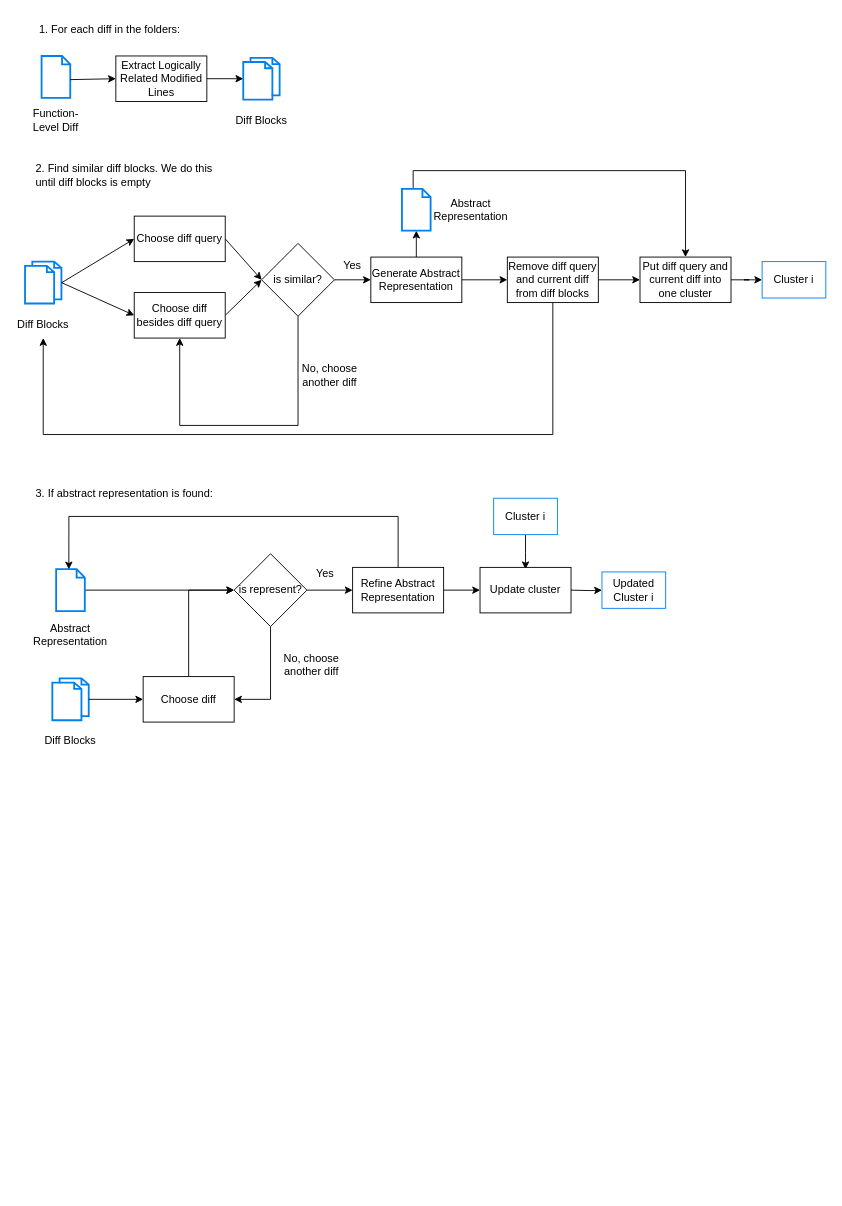
This is smpl_translation/flow_sp_llm.drawio from imamnurby/graphs, a draw.io file, before an edit. Source tidied: cells renumbered, new cells numbered last; positions are measured from the earlier drawing's top-left corner, leaving out a move shared by most shapes. Both pictures are drawn from the tidied source at 91%, with x=0, y=0 at pixel (15, 15).
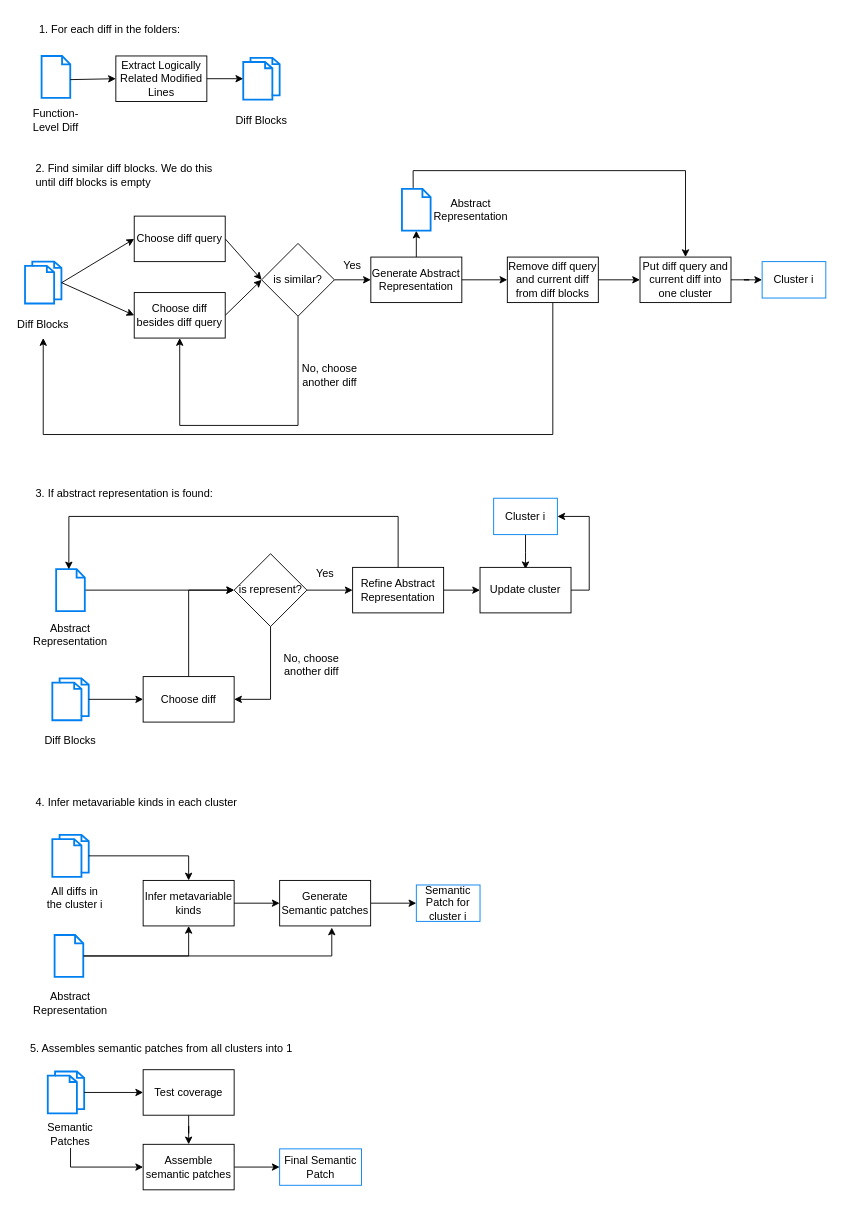
The same diagram, later.

Unchanged cells that the change refers to:
```xml
<mxCell id="56" value="Cluster i" style="rounded=0;whiteSpace=wrap;html=1;fillColor=#FFFFFF;strokeColor=#0080f0;" parent="1" vertex="1">
  <mxGeometry x="525" y="530" width="70" height="40" as="geometry" />
</mxCell>
<mxCell id="58" value="Update cluster" style="html=1;dashed=0;whiteSpace=wrap;" parent="1" vertex="1">
  <mxGeometry x="510" y="606" width="100" height="50" as="geometry" />
</mxCell>
```

Change to the diagram source:
```diff
@@
+    <mxCell id="62" style="edgeStyle=orthogonalEdgeStyle;rounded=0;jettySize=auto;html=1;exitX=1;exitY=0.5;exitDx=0;exitDy=0;entryX=1;entryY=0.5;entryDx=0;entryDy=0;" parent="1" edge="1" source="58" target="56">
+      <mxGeometry relative="1" as="geometry" />
+    </mxCell>
@@
-    <mxCell id="60" style="edgeStyle=orthogonalEdgeStyle;rounded=0;jettySize=auto;html=1;" parent="1" edge="1" target="61">
-      <mxGeometry relative="1" as="geometry">
-        <mxPoint x="610" y="631" as="sourcePoint" />
-      </mxGeometry>
-    </mxCell>
-    <mxCell id="61" value="Updated Cluster i" style="rounded=0;whiteSpace=wrap;html=1;fillColor=#FFFFFF;strokeColor=#0080f0;" parent="1" vertex="1">
-      <mxGeometry x="644" y="611" width="70" height="40" as="geometry" />
-    </mxCell>
+    <mxCell id="63" value="4. Infer metavariable kinds in each cluster" style="text;html=1;align=left;verticalAlign=middle;whiteSpace=wrap;rounded=0;" parent="1" vertex="1">
+      <mxGeometry x="19.8" y="850" width="490.2" height="30" as="geometry" />
+    </mxCell>
+    <mxCell id="64" style="group;" parent="1" vertex="1">
+      <mxGeometry x="30" y="900" width="70" height="84" as="geometry" />
+    </mxCell>
+    <mxCell id="65" style="html=1;verticalLabelPosition=bottom;align=center;labelBackgroundColor=#ffffff;verticalAlign=top;strokeWidth=2;strokeColor=#0080F0;shadow=0;dashed=0;shape=mxgraph.ios7.icons.documents;" parent="64" vertex="1">
+      <mxGeometry x="10" width="40" height="46" as="geometry" />
+    </mxCell>
+    <mxCell id="66" value="All diffs in the cluster i" style="text;html=1;align=center;verticalAlign=middle;whiteSpace=wrap;rounded=0;" parent="64" vertex="1">
+      <mxGeometry y="54" width="70" height="30" as="geometry" />
+    </mxCell>
+    <mxCell id="67" style="edgeStyle=orthogonalEdgeStyle;rounded=0;jettySize=auto;html=1;entryX=0.5;entryY=1;entryDx=0;entryDy=0;" parent="1" edge="1" source="68" target="70">
+      <mxGeometry relative="1" as="geometry" />
+    </mxCell>
+    <mxCell id="68" style="html=1;verticalLabelPosition=bottom;align=center;labelBackgroundColor=#ffffff;verticalAlign=top;strokeWidth=2;strokeColor=#0080F0;shadow=0;dashed=0;shape=mxgraph.ios7.icons.document;" parent="1" vertex="1">
+      <mxGeometry x="42.5" y="1010" width="31.5" height="46" as="geometry" />
+    </mxCell>
+    <mxCell id="69" value="Abstract Representation" style="text;html=1;align=center;verticalAlign=middle;whiteSpace=wrap;rounded=0;" parent="1" vertex="1">
+      <mxGeometry x="30" y="1070" width="60" height="30" as="geometry" />
+    </mxCell>
+    <mxCell id="70" value="Infer metavariable kinds" style="html=1;dashed=0;whiteSpace=wrap;" parent="1" vertex="1">
+      <mxGeometry x="139.8" y="950" width="100" height="50" as="geometry" />
+    </mxCell>
+    <mxCell id="71" style="edgeStyle=orthogonalEdgeStyle;rounded=0;jettySize=auto;html=1;" parent="1" edge="1" source="65" target="70">
+      <mxGeometry relative="1" as="geometry" />
+    </mxCell>
+    <mxCell id="72" style="edgeStyle=orthogonalEdgeStyle;rounded=0;jettySize=auto;html=1;" parent="1" edge="1" source="73" target="76">
+      <mxGeometry relative="1" as="geometry" />
+    </mxCell>
+    <mxCell id="73" value="Generate Semantic patches" style="html=1;dashed=0;whiteSpace=wrap;" parent="1" vertex="1">
+      <mxGeometry x="289.8" y="950" width="100" height="50" as="geometry" />
+    </mxCell>
+    <mxCell id="74" style="edgeStyle=orthogonalEdgeStyle;rounded=0;jettySize=auto;html=1;entryX=0;entryY=0.5;entryDx=0;entryDy=0;" parent="1" edge="1" source="70" target="73">
+      <mxGeometry relative="1" as="geometry" />
+    </mxCell>
+    <mxCell id="75" style="edgeStyle=orthogonalEdgeStyle;rounded=0;jettySize=auto;html=1;entryX=0.573;entryY=1.036;entryDx=0;entryDy=0;entryPerimeter=0;" parent="1" edge="1" source="68" target="73">
+      <mxGeometry relative="1" as="geometry" />
+    </mxCell>
+    <mxCell id="76" value="Semantic Patch for cluster i" style="rounded=0;whiteSpace=wrap;html=1;fillColor=#FFFFFF;strokeColor=#0080f0;" parent="1" vertex="1">
+      <mxGeometry x="440" y="955" width="70" height="40" as="geometry" />
+    </mxCell>
+    <mxCell id="77" value="5. Assembles semantic patches from all clusters into 1" style="text;html=1;align=left;verticalAlign=middle;whiteSpace=wrap;rounded=0;" parent="1" vertex="1">
+      <mxGeometry x="14" y="1120" width="490.2" height="30" as="geometry" />
+    </mxCell>
+    <mxCell id="78" style="group;" parent="1" vertex="1">
+      <mxGeometry x="25" y="1160" width="70" height="84" as="geometry" />
+    </mxCell>
+    <mxCell id="79" style="html=1;verticalLabelPosition=bottom;align=center;labelBackgroundColor=#ffffff;verticalAlign=top;strokeWidth=2;strokeColor=#0080F0;shadow=0;dashed=0;shape=mxgraph.ios7.icons.documents;" parent="78" vertex="1">
+      <mxGeometry x="10" width="40" height="46" as="geometry" />
+    </mxCell>
+    <mxCell id="80" value="Semantic Patches" style="text;html=1;align=center;verticalAlign=middle;whiteSpace=wrap;rounded=0;" parent="78" vertex="1">
+      <mxGeometry y="54" width="70" height="30" as="geometry" />
+    </mxCell>
+    <mxCell id="81" style="edgeStyle=orthogonalEdgeStyle;rounded=0;jettySize=auto;html=1;" parent="1" edge="1" source="82" target="85">
+      <mxGeometry relative="1" as="geometry" />
+    </mxCell>
+    <mxCell id="82" value="Test coverage" style="html=1;dashed=0;whiteSpace=wrap;" parent="1" vertex="1">
+      <mxGeometry x="139.8" y="1158" width="100" height="50" as="geometry" />
+    </mxCell>
+    <mxCell id="83" style="edgeStyle=orthogonalEdgeStyle;rounded=0;jettySize=auto;html=1;entryX=0;entryY=0.5;entryDx=0;entryDy=0;" parent="1" edge="1" source="79" target="82">
+      <mxGeometry relative="1" as="geometry" />
+    </mxCell>
+    <mxCell id="84" style="edgeStyle=orthogonalEdgeStyle;rounded=0;jettySize=auto;html=1;" parent="1" edge="1" source="85" target="87">
+      <mxGeometry relative="1" as="geometry" />
+    </mxCell>
+    <mxCell id="85" value="Assemble semantic patches" style="html=1;dashed=0;whiteSpace=wrap;" parent="1" vertex="1">
+      <mxGeometry x="139.8" y="1240" width="100" height="50" as="geometry" />
+    </mxCell>
+    <mxCell id="86" style="edgeStyle=orthogonalEdgeStyle;rounded=0;jettySize=auto;html=1;exitX=0.5;exitY=1;exitDx=0;exitDy=0;entryX=0;entryY=0.5;entryDx=0;entryDy=0;" parent="1" edge="1" source="80" target="85">
+      <mxGeometry relative="1" as="geometry" />
+    </mxCell>
+    <mxCell id="87" value="Final Semantic Patch" style="rounded=0;whiteSpace=wrap;html=1;fillColor=#FFFFFF;strokeColor=#0080f0;" parent="1" vertex="1">
+      <mxGeometry x="289.8" y="1245" width="90" height="40" as="geometry" />
+    </mxCell>
```
